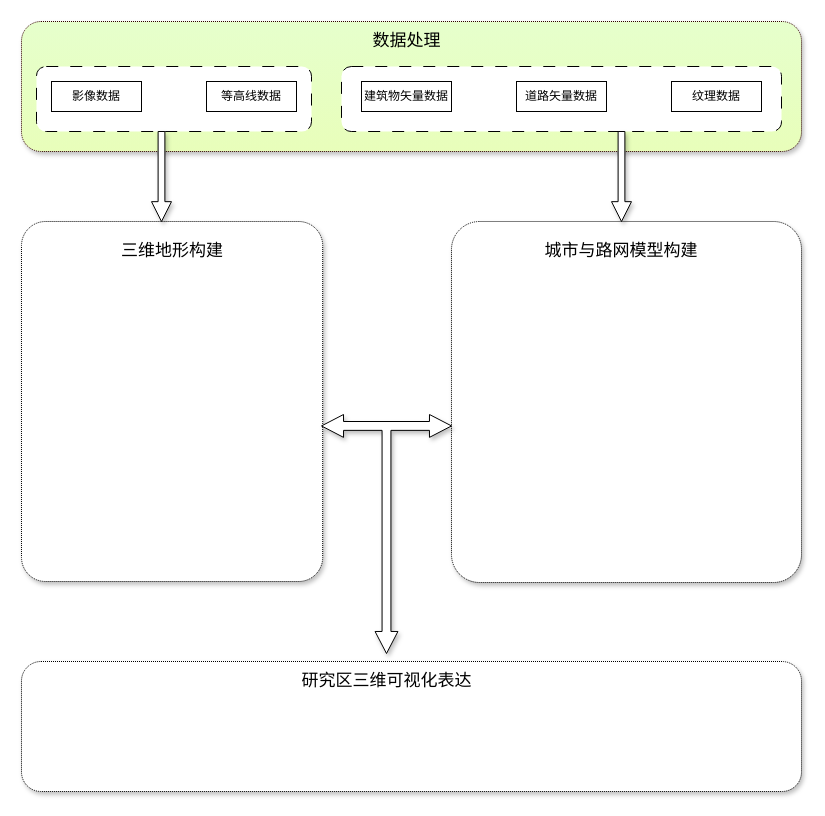
This is 技术路线.drawio from hhw-cainiao/draw, a draw.io file, before an edit. Source tidied: cells renumbered, new cells numbered last; positions are measured from the earlier drawing's top-left corner, leaving out a move shared by most shapes. Both pictures are drawn from the tidied source at 100%, with x=0, y=0 at pixel (21, 21).
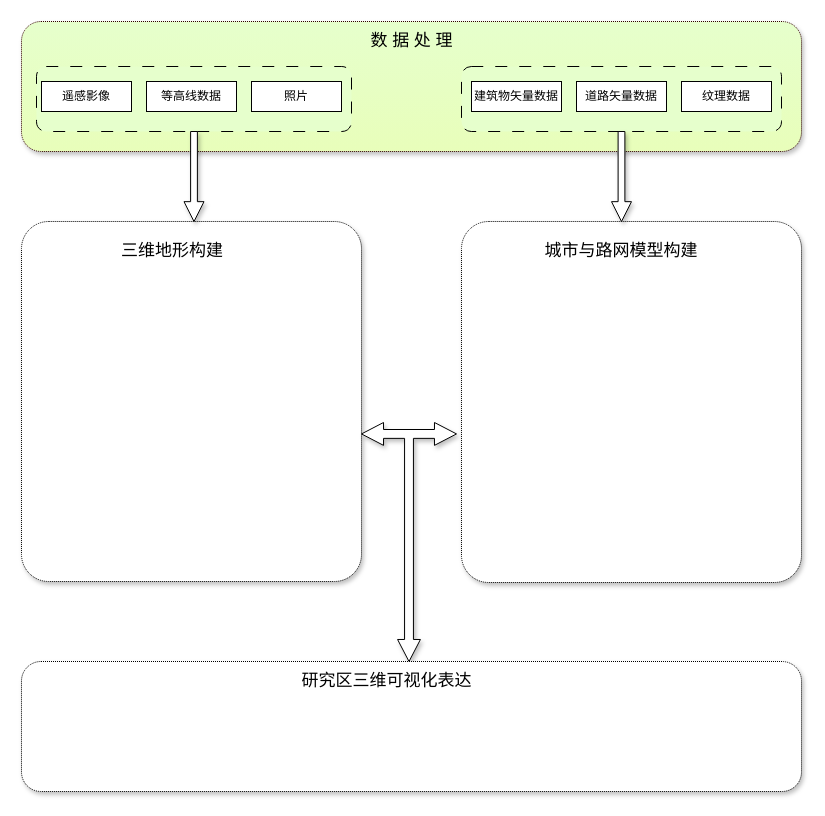
Above is the later version.

Commit message (it also covers changes not shown here):
更新技术路线.drawio

Diff of the diagram source:
```diff
@@
-    <mxCell id="3" style="rounded=1;whiteSpace=wrap;html=1;dashed=1;dashPattern=12 12;" parent="1" vertex="1">
-      <mxGeometry x="15" y="45" width="275" height="65" as="geometry" />
+    <mxCell id="3" style="rounded=1;whiteSpace=wrap;html=1;dashed=1;dashPattern=12 12;fillColor=#E6FFCC;" parent="1" vertex="1">
+      <mxGeometry x="15" y="45" width="315" height="65" as="geometry" />
     </mxCell>
-    <mxCell id="4" value="影像数据" style="rounded=0;whiteSpace=wrap;html=1;" parent="1" vertex="1">
-      <mxGeometry x="30" y="60" width="90" height="30" as="geometry" />
+    <mxCell id="4" value="遥感影像" style="rounded=0;whiteSpace=wrap;html=1;" parent="1" vertex="1">
+      <mxGeometry x="20" y="60" width="90" height="30" as="geometry" />
     </mxCell>
-    <mxCell id="5" style="rounded=1;whiteSpace=wrap;html=1;dashed=1;dashPattern=12 12;" parent="1" vertex="1">
-      <mxGeometry x="320" y="45" width="440" height="65" as="geometry" />
+    <mxCell id="5" style="rounded=1;whiteSpace=wrap;html=1;dashed=1;dashPattern=12 12;fillColor=#E6FFCC;" parent="1" vertex="1">
+      <mxGeometry x="440" y="45" width="320" height="65" as="geometry" />
     </mxCell>
     <mxCell id="6" value="纹理数据" style="rounded=0;whiteSpace=wrap;html=1;" parent="1" vertex="1">
-      <mxGeometry x="650" y="60" width="90" height="30" as="geometry" />
+      <mxGeometry x="660" y="60" width="90" height="30" as="geometry" />
     </mxCell>
     <mxCell id="7" value="建筑物矢量数据" style="rounded=0;whiteSpace=wrap;html=1;" parent="1" vertex="1">
-      <mxGeometry x="340" y="60" width="90" height="30" as="geometry" />
+      <mxGeometry x="450" y="60" width="90" height="30" as="geometry" />
     </mxCell>
     <mxCell id="8" value="道路矢量数据" style="rounded=0;whiteSpace=wrap;html=1;" parent="1" vertex="1">
-      <mxGeometry x="495" y="60" width="90" height="30" as="geometry" />
+      <mxGeometry x="555" y="60" width="90" height="30" as="geometry" />
     </mxCell>
     <mxCell id="9" value="等高线数据" style="rounded=0;whiteSpace=wrap;html=1;" parent="1" vertex="1">
-      <mxGeometry x="185" y="60" width="90" height="30" as="geometry" />
+      <mxGeometry x="125" y="60" width="90" height="30" as="geometry" />
     </mxCell>
-    <mxCell id="10" value="数据处理" style="text;html=1;strokeColor=none;fillColor=none;align=center;verticalAlign=middle;whiteSpace=wrap;rounded=0;fontSize=17;" parent="1" vertex="1">
-      <mxGeometry x="347.5" y="10" width="75" height="20" as="geometry" />
+    <mxCell id="10" value="数 据 处 理" style="text;html=1;strokeColor=none;fillColor=none;align=center;verticalAlign=middle;whiteSpace=wrap;rounded=0;fontSize=17;horizontal=1;" parent="1" vertex="1">
+      <mxGeometry x="338.8" y="10" width="102.5" height="20" as="geometry" />
     </mxCell>
     <mxCell id="11" style="rounded=1;whiteSpace=wrap;html=1;dashed=1;dashPattern=1 1;arcSize=8;shadow=1;" parent="1" vertex="1">
-      <mxGeometry y="200" width="301.2" height="360" as="geometry" />
+      <mxGeometry y="200" width="340" height="360" as="geometry" />
     </mxCell>
@@
     <mxCell id="13" style="rounded=1;whiteSpace=wrap;html=1;dashed=1;dashPattern=1 1;arcSize=8;shadow=1;" parent="1" vertex="1">
-      <mxGeometry x="430" y="200" width="350" height="361" as="geometry" />
+      <mxGeometry x="440" y="200" width="340" height="361" as="geometry" />
     </mxCell>
@@
     <mxCell id="15" style="html=1;shadow=1;dashed=0;align=center;verticalAlign=middle;shape=mxgraph.arrows2.triadArrow;dy=7;dx=22.03;arrowHead=22.86;rotation=-180;" parent="1" vertex="1">
-      <mxGeometry x="300" y="393" width="130" height="239" as="geometry" />
+      <mxGeometry x="340" y="401" width="95" height="239" as="geometry" />
     </mxCell>
@@
     <mxCell id="18" style="shape=singleArrow;direction=south;whiteSpace=wrap;html=1;arrowWidth=0.3388888888888914;arrowSize=0.2203703703703708;shadow=1;" parent="1" vertex="1">
-      <mxGeometry x="130" y="110" width="20" height="90" as="geometry" />
+      <mxGeometry x="162.5" y="110" width="20" height="90" as="geometry" />
     </mxCell>
@@
+    <mxCell id="20" value="照片" style="rounded=0;whiteSpace=wrap;html=1;" parent="1" vertex="1">
+      <mxGeometry x="230" y="60" width="90" height="30" as="geometry" />
+    </mxCell>
```
